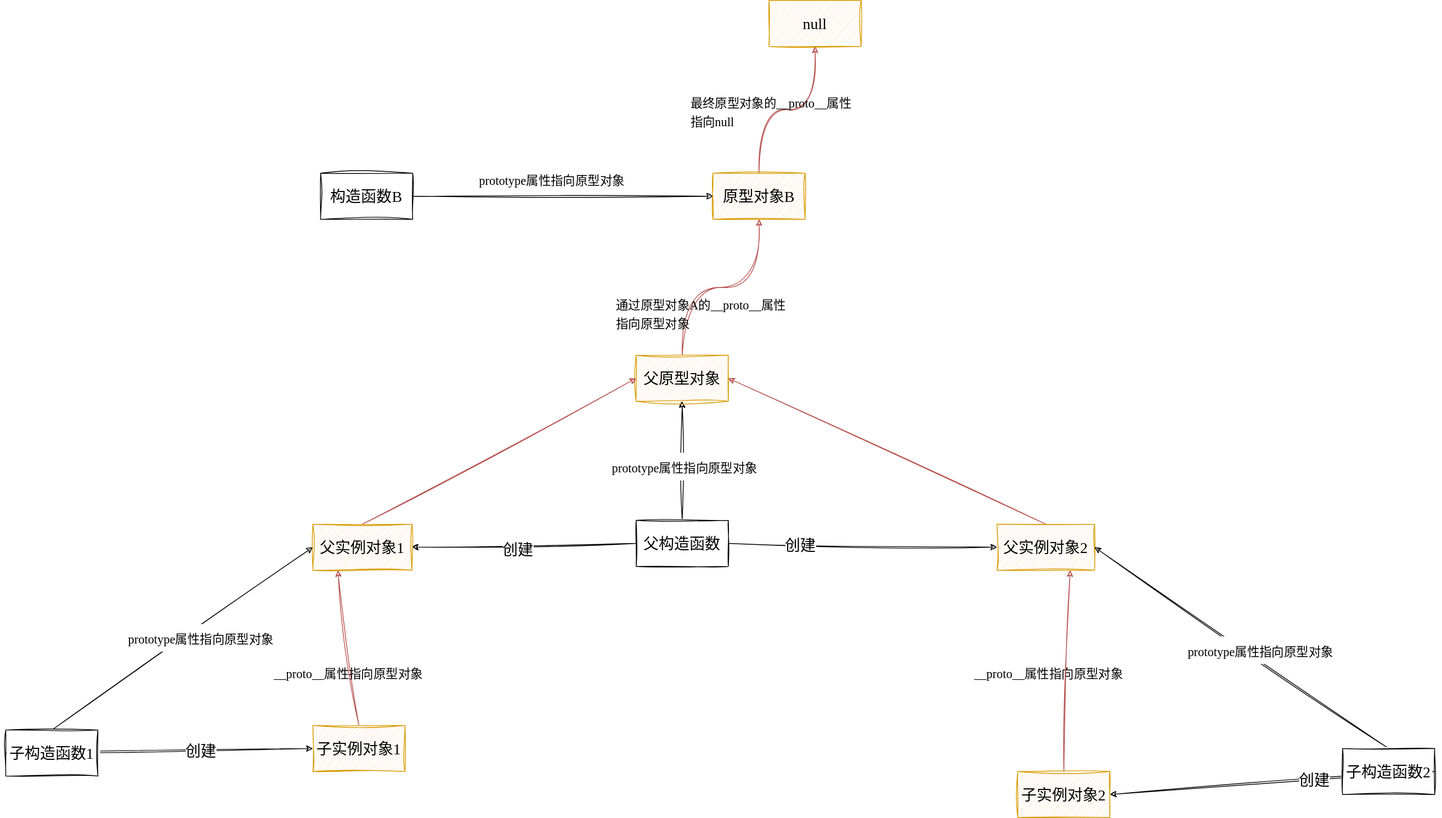
Earlier version of the draw.io export diagrams/front-end/prototype_inheritance.svg (luguosong/images). Source tidied: cells renumbered, new cells last; positions are measured from the earlier drawing's top-left corner, leaving out a move shared by most shapes.
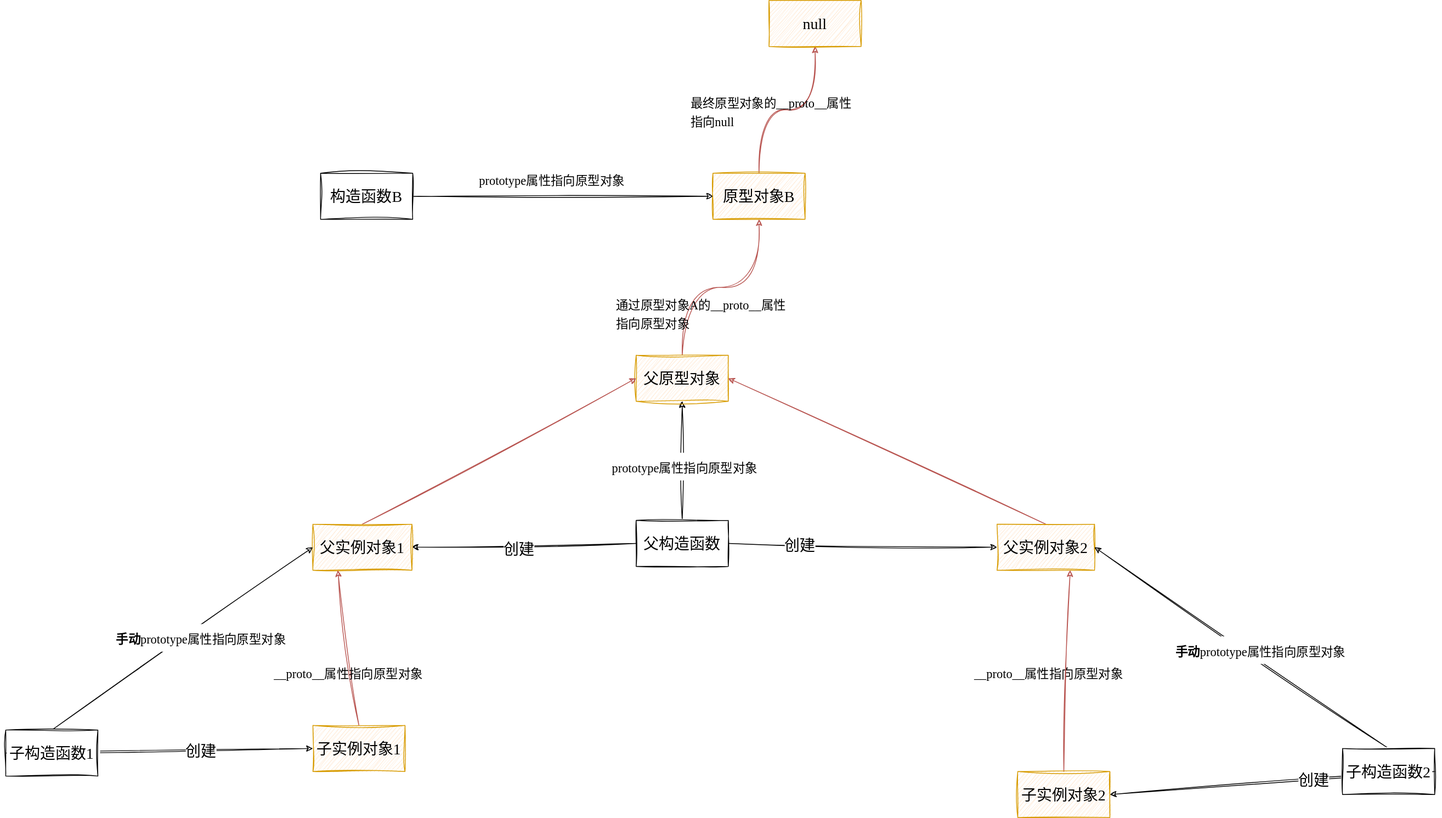
Later version of the same file.

The edit, as a diff of the source:
```diff
@@ -91,11 +91,11 @@
     <mxCell id="30" value="子构造函数2" style="rounded=0;whiteSpace=wrap;html=1;sketch=1;hachureGap=4;jiggle=2;curveFitting=1;fontFamily=Architects Daughter;fontSource=https%3A%2F%2Ffonts.googleapis.com%2Fcss%3Ffamily%3DArchitects%2BDaughter;fontSize=20;" parent="1" vertex="1">
       <mxGeometry x="1741" y="974" width="120" height="60" as="geometry" />
     </mxCell>
-    <mxCell id="31" value="&lt;font style=&quot;font-size: 16px;&quot;&gt;prototype属性指向原型对象&lt;/font&gt;" style="text;html=1;align=center;verticalAlign=middle;strokeColor=none;fillColor=default;fontSize=20;fontFamily=Architects Daughter;" parent="1" vertex="1">
-      <mxGeometry x="143" y="812" width="221" height="36" as="geometry" />
+    <mxCell id="31" value="&lt;font style=&quot;font-size: 16px;&quot;&gt;&lt;b&gt;手动&lt;/b&gt;prototype属性指向原型对象&lt;/font&gt;" style="text;html=1;align=center;verticalAlign=middle;strokeColor=none;fillColor=default;fontSize=20;fontFamily=Architects Daughter;" parent="1" vertex="1">
+      <mxGeometry x="127" y="812" width="253" height="36" as="geometry" />
     </mxCell>
-    <mxCell id="32" value="&lt;font style=&quot;font-size: 16px;&quot;&gt;prototype属性指向原型对象&lt;/font&gt;" style="text;html=1;align=center;verticalAlign=middle;fontSize=20;fontFamily=Architects Daughter;fillColor=default;" parent="1" vertex="1">
-      <mxGeometry x="1523" y="828" width="221" height="36" as="geometry" />
+    <mxCell id="32" value="&lt;font style=&quot;font-size: 16px;&quot;&gt;&lt;b&gt;手动&lt;/b&gt;prototype属性指向原型对象&lt;/font&gt;" style="text;html=1;align=center;verticalAlign=middle;fontSize=20;fontFamily=Architects Daughter;fillColor=default;" parent="1" vertex="1">
+      <mxGeometry x="1507" y="828" width="253" height="36" as="geometry" />
     </mxCell>
     <mxCell id="33" style="edgeStyle=none;rounded=0;sketch=1;hachureGap=4;jiggle=2;curveFitting=1;jettySize=auto;html=1;exitX=0.5;exitY=0;exitDx=0;exitDy=0;entryX=0.25;entryY=1;entryDx=0;entryDy=0;fontFamily=Architects Daughter;fontSource=https%3A%2F%2Ffonts.googleapis.com%2Fcss%3Ffamily%3DArchitects%2BDaughter;fontSize=16;fillColor=#f8cecc;strokeColor=#b85450;" parent="1" edge="1" source="36" target="20">
       <mxGeometry relative="1" as="geometry" />
```
